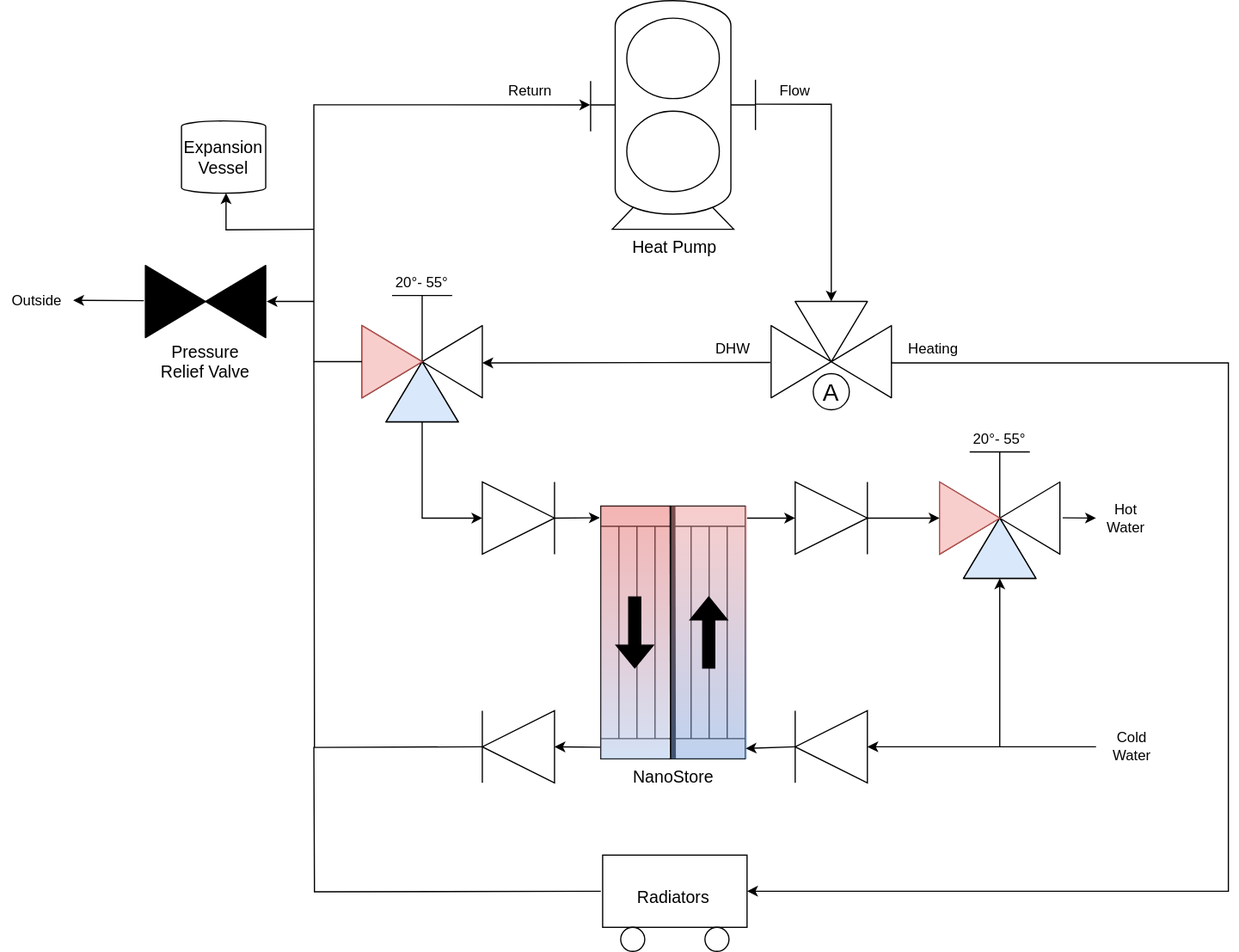
Earlier version of the draw.io export assets/images/home-assistant/plumbing-schematic.svg (TheCandidStartup/TheCandidStartup.github.io). Source tidied: cells renumbered, new cells last; positions are measured from the earlier drawing's top-left corner, leaving out a move shared by most shapes.
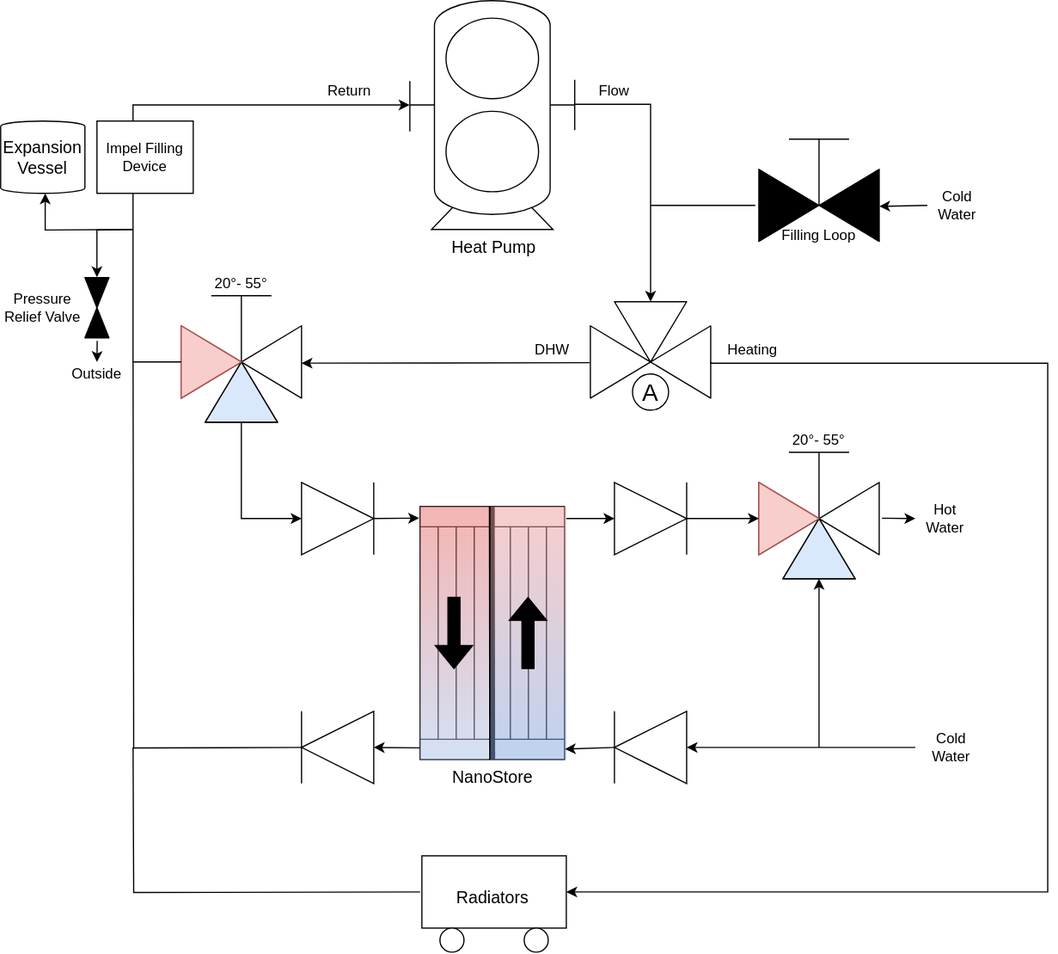
Later version of the same file.

Change to the diagram source:
```diff
@@ -130,8 +130,8 @@
     <mxCell id="35" style="rounded=0;whiteSpace=wrap;html=1;gradientColor=#A9C4EB;fillColor=#EA6B66;opacity=50;strokeColor=none;direction=east;" parent="1" vertex="1">
       <mxGeometry x="498.5" y="420" width="57" height="210" as="geometry" />
     </mxCell>
-    <mxCell id="36" style="verticalLabelPosition=bottom;align=center;html=1;verticalAlign=top;dashed=0;shape=mxgraph.pid2valves.valve;valveType=gate;defState=closed;" parent="1" vertex="1">
-      <mxGeometry x="120" y="220" width="100" height="60" as="geometry" />
+    <mxCell id="36" style="verticalLabelPosition=bottom;align=center;html=1;verticalAlign=top;dashed=0;shape=mxgraph.pid2valves.valve;valveType=gate;defState=closed;direction=north;" parent="1" vertex="1">
+      <mxGeometry x="220" y="230" width="20" height="50" as="geometry" />
     </mxCell>
     <mxCell id="37" style="endArrow=classic;html=1;rounded=0;exitX=1.007;exitY=0.367;exitDx=0;exitDy=0;exitPerimeter=0;" parent="1" edge="1" source="3">
       <mxGeometry relative="1" as="geometry">
@@ -152,15 +152,13 @@
         </Array>
       </mxGeometry>
     </mxCell>
-    <mxCell id="41" style="endArrow=classic;html=1;rounded=0;entryX=1.007;entryY=0.5;entryDx=0;entryDy=0;entryPerimeter=0;" parent="1" edge="1" target="36">
+    <mxCell id="41" style="endArrow=classic;html=1;rounded=0;entryX=1.007;entryY=0.5;entryDx=0;entryDy=0;entryPerimeter=0;edgeStyle=orthogonalEdgeStyle;" parent="1" edge="1" target="36">
       <mxGeometry relative="1" as="geometry">
-        <mxPoint x="260" y="250" as="sourcePoint" />
+        <mxPoint x="260" y="190" as="sourcePoint" />
       </mxGeometry>
     </mxCell>
-    <mxCell id="42" style="endArrow=classic;html=1;rounded=0;exitX=-0.013;exitY=0.489;exitDx=0;exitDy=0;exitPerimeter=0;" parent="1" edge="1" source="36">
-      <mxGeometry relative="1" as="geometry">
-        <mxPoint x="60" y="249" as="targetPoint" />
-      </mxGeometry>
+    <mxCell id="42" style="endArrow=classic;html=1;rounded=0;entryX=0.5;entryY=0;entryDx=0;entryDy=0;exitX=-0.049;exitY=0.51;exitDx=0;exitDy=0;exitPerimeter=0;" parent="1" edge="1" source="36" target="63">
+      <mxGeometry relative="1" as="geometry" />
     </mxCell>
     <mxCell id="43" style="endArrow=classic;html=1;rounded=0;entryX=0.529;entryY=1;entryDx=0;entryDy=0;entryPerimeter=0;edgeStyle=orthogonalEdgeStyle;" parent="1" edge="1" target="4">
       <mxGeometry relative="1" as="geometry">
@@ -255,13 +253,13 @@
       <mxGeometry x="910" y="410" width="50" height="40" as="geometry" />
     </mxCell>
     <mxCell id="63" value="Outside" style="text;html=1;strokeColor=none;fillColor=none;align=center;verticalAlign=middle;whiteSpace=wrap;rounded=0;" parent="1" vertex="1">
-      <mxGeometry y="235" width="60" height="30" as="geometry" />
+      <mxGeometry x="205" y="300" width="50" height="20" as="geometry" />
     </mxCell>
     <mxCell id="64" value="&lt;font style=&quot;font-size: 14px;&quot;&gt;Expansion Vessel&lt;/font&gt;" style="text;html=1;strokeColor=none;fillColor=none;align=center;verticalAlign=middle;whiteSpace=wrap;rounded=0;" parent="1" vertex="1">
       <mxGeometry x="155" y="110" width="60" height="40" as="geometry" />
     </mxCell>
-    <mxCell id="65" value="&lt;font style=&quot;font-size: 14px;&quot;&gt;Pressure Relief Valve&lt;/font&gt;" style="text;html=1;strokeColor=none;fillColor=none;align=center;verticalAlign=middle;whiteSpace=wrap;rounded=0;" parent="1" vertex="1">
-      <mxGeometry x="130" y="280" width="80" height="40" as="geometry" />
+    <mxCell id="65" value="&lt;font style=&quot;font-size: 12px;&quot;&gt;Pressure Relief Valve&lt;/font&gt;" style="text;html=1;strokeColor=none;fillColor=none;align=center;verticalAlign=middle;whiteSpace=wrap;rounded=0;" parent="1" vertex="1">
+      <mxGeometry x="150" y="235" width="70" height="40" as="geometry" />
     </mxCell>
     <mxCell id="66" value="&lt;font style=&quot;font-size: 14px;&quot;&gt;Heat Pump&lt;/font&gt;" style="text;html=1;strokeColor=none;fillColor=none;align=center;verticalAlign=middle;whiteSpace=wrap;rounded=0;" parent="1" vertex="1">
       <mxGeometry x="520" y="190" width="80" height="30" as="geometry" />
@@ -275,5 +273,25 @@
     <mxCell id="69" value="&lt;font style=&quot;font-size: 14px;&quot;&gt;NanoStore&lt;/font&gt;" style="text;html=1;strokeColor=none;fillColor=none;align=center;verticalAlign=middle;whiteSpace=wrap;rounded=0;" parent="1" vertex="1">
       <mxGeometry x="518.5" y="630" width="80" height="30" as="geometry" />
     </mxCell>
+    <mxCell id="70" value="Impel Filling Device" style="rounded=0;whiteSpace=wrap;html=1;" parent="1" vertex="1">
+      <mxGeometry x="230" y="100" width="80" height="60" as="geometry" />
+    </mxCell>
+    <mxCell id="71" style="verticalLabelPosition=bottom;align=center;html=1;verticalAlign=top;dashed=0;shape=mxgraph.pid2valves.valve;valveType=gate;actuator=man;fillColor=#000000;" parent="1" vertex="1">
+      <mxGeometry x="780" y="100" width="100" height="100" as="geometry" />
+    </mxCell>
+    <mxCell id="72" value="Cold Water" style="text;html=1;strokeColor=none;fillColor=none;align=center;verticalAlign=middle;whiteSpace=wrap;rounded=0;" parent="1" vertex="1">
+      <mxGeometry x="920" y="150" width="50" height="40" as="geometry" />
+    </mxCell>
+    <mxCell id="73" style="endArrow=classic;html=1;rounded=0;exitX=0;exitY=0.5;exitDx=0;exitDy=0;entryX=1;entryY=0.708;entryDx=0;entryDy=0;entryPerimeter=0;" parent="1" edge="1" source="72" target="71">
+      <mxGeometry relative="1" as="geometry" />
+    </mxCell>
+    <mxCell id="74" style="endArrow=none;html=1;rounded=0;exitX=-0.03;exitY=0.7;exitDx=0;exitDy=0;exitPerimeter=0;endFill=0;" parent="1" edge="1" source="71">
+      <mxGeometry relative="1" as="geometry">
+        <mxPoint x="690" y="170" as="targetPoint" />
+      </mxGeometry>
+    </mxCell>
+    <mxCell id="75" value="&lt;font style=&quot;font-size: 12px;&quot;&gt;Filling Loop&lt;/font&gt;" style="text;html=1;strokeColor=none;fillColor=none;align=center;verticalAlign=middle;whiteSpace=wrap;rounded=0;" parent="1" vertex="1">
+      <mxGeometry x="795" y="180" width="70" height="30" as="geometry" />
+    </mxCell>
   </root>
 </mxGraphModel>
```
